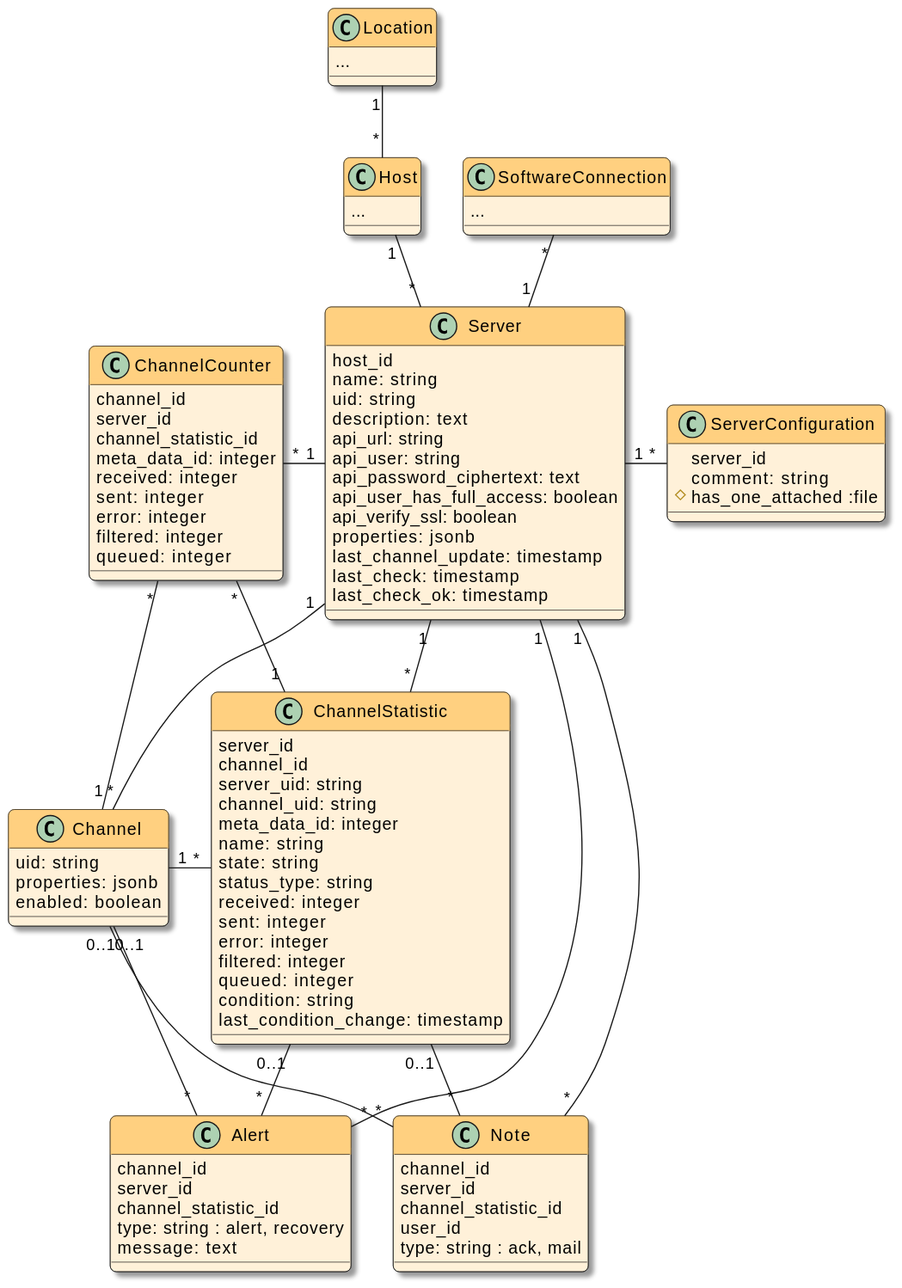
Above: docsrc/devnotes/modules/ROOT/images/models.svg in swobspace/mirco (PlantUML), before the change.
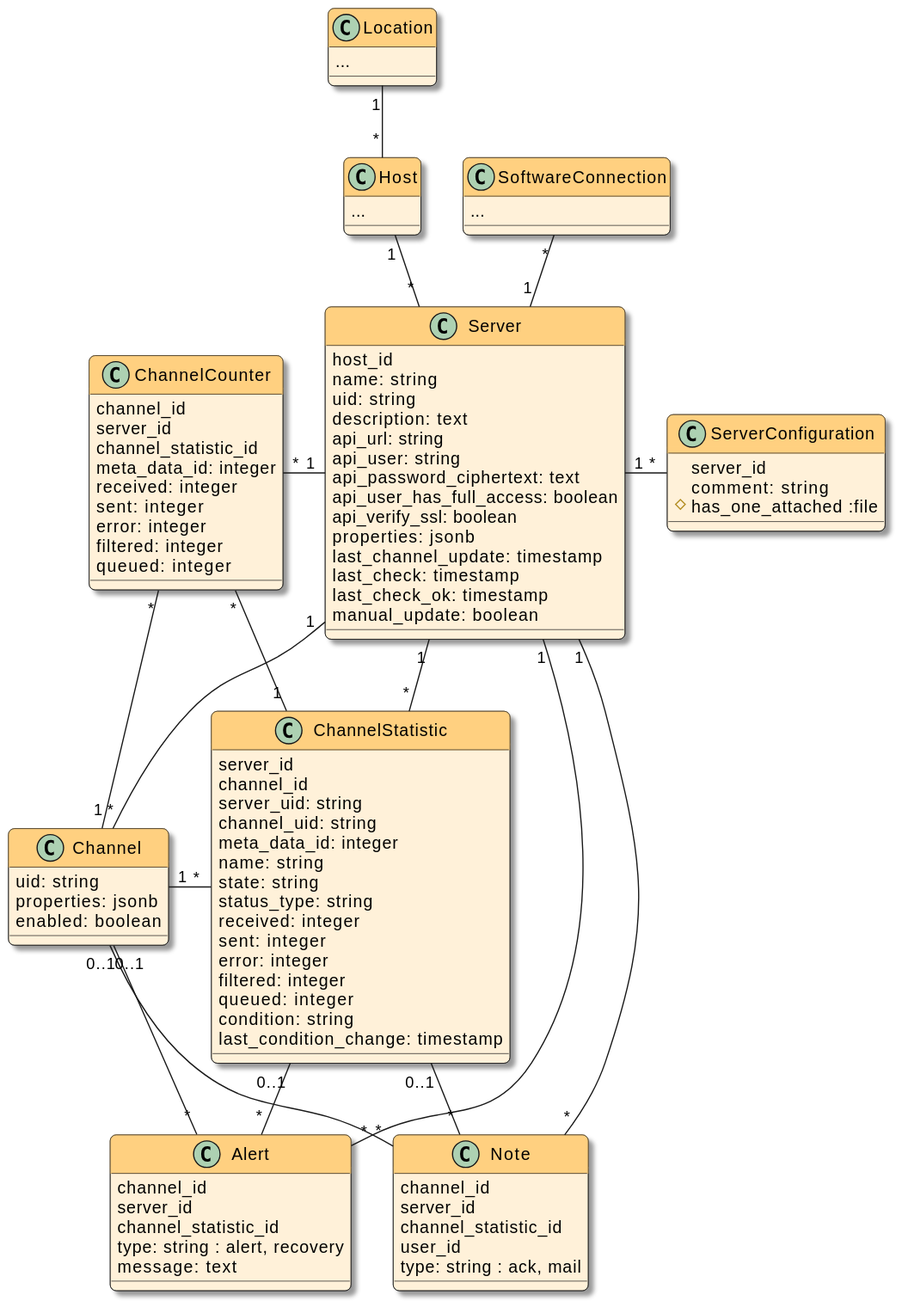
The same file after the commit.

Diff of the diagram source:
```diff
@@ -27,6 +27,7 @@
   last_channel_update: timestamp
   last_check: timestamp
   last_check_ok: timestamp
+  manual_update: boolean
 }
 
 class Channel {
```
